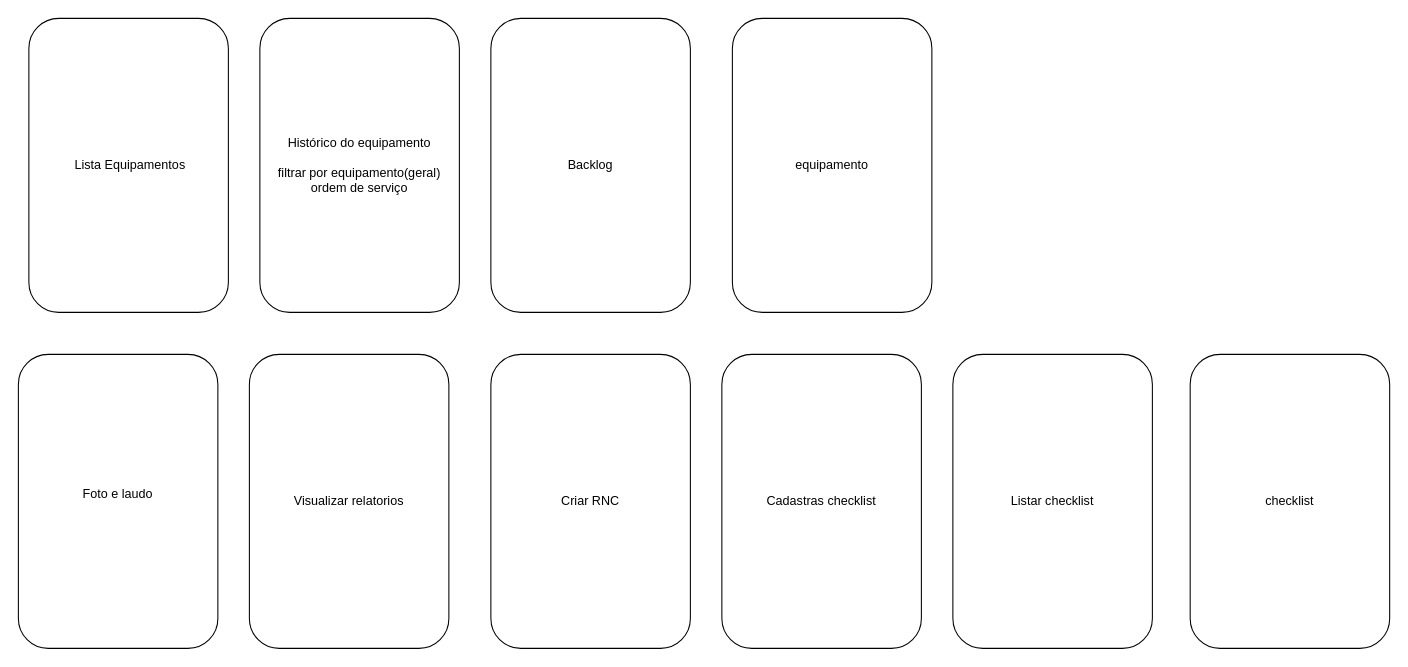
Earlier version of the draw.io diagram page "telas(Inso- receb e checklist)" (2 of 6) of Inspecao.drawio (fpspeixoto/Diagramas). Source tidied: cells renumbered, new cells numbered last; positions are measured from the earlier drawing's top-left corner, leaving out a move shared by most shapes. Both pictures are drawn from the tidied source at 105%, with x=0, y=0 at pixel (18, 18).
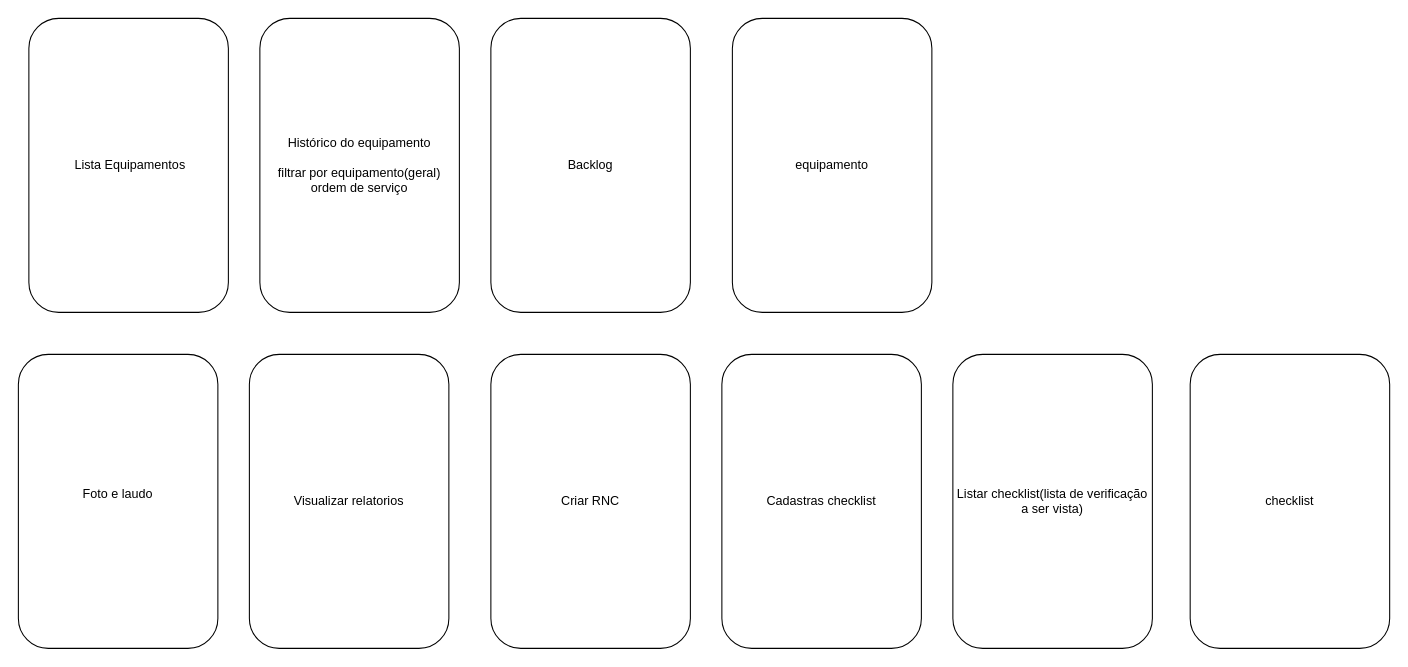
The same diagram, later.

The edit, as a diff of the source:
```diff
@@
 <mxGraphModel>
   <root>
     <mxCell id="0" />
     <mxCell id="1" parent="0" />
     <mxCell id="2" value="&amp;nbsp;Lista Equipamentos" style="rounded=1;whiteSpace=wrap;html=1;" parent="1" vertex="1">
       <mxGeometry x="10" width="190" height="280" as="geometry" />
     </mxCell>
     <mxCell id="3" value="equipamento" style="rounded=1;whiteSpace=wrap;html=1;" parent="1" vertex="1">
       <mxGeometry x="680" width="190" height="280" as="geometry" />
     </mxCell>
     <mxCell id="4" value="Foto e laudo&lt;div&gt;&lt;br&gt;&lt;/div&gt;" style="rounded=1;whiteSpace=wrap;html=1;" parent="1" vertex="1">
       <mxGeometry y="320" width="190" height="280" as="geometry" />
     </mxCell>
     <mxCell id="5" value="&lt;div&gt;Visualizar relatorios&lt;/div&gt;" style="rounded=1;whiteSpace=wrap;html=1;" parent="1" vertex="1">
       <mxGeometry x="220" y="320" width="190" height="280" as="geometry" />
     </mxCell>
     <mxCell id="6" value="Histórico do equipamento&lt;div&gt;&lt;br&gt;&lt;/div&gt;&lt;div&gt;filtrar por equipamento(geral)&lt;/div&gt;&lt;div&gt;ordem de serviço&lt;/div&gt;" style="rounded=1;whiteSpace=wrap;html=1;" parent="1" vertex="1">
       <mxGeometry x="230" width="190" height="280" as="geometry" />
     </mxCell>
     <mxCell id="7" value="&lt;div&gt;Criar RNC&lt;/div&gt;" style="rounded=1;whiteSpace=wrap;html=1;" parent="1" vertex="1">
       <mxGeometry x="450" y="320" width="190" height="280" as="geometry" />
     </mxCell>
     <mxCell id="8" value="Backlog" style="rounded=1;whiteSpace=wrap;html=1;" parent="1" vertex="1">
       <mxGeometry x="450" width="190" height="280" as="geometry" />
     </mxCell>
     <mxCell id="9" value="&lt;div&gt;Cadastras checklist&lt;/div&gt;" style="rounded=1;whiteSpace=wrap;html=1;" parent="1" vertex="1">
       <mxGeometry x="670" y="320" width="190" height="280" as="geometry" />
     </mxCell>
-    <mxCell id="10" value="&lt;div&gt;Listar checklist&lt;/div&gt;" style="rounded=1;whiteSpace=wrap;html=1;" parent="1" vertex="1">
+    <mxCell id="10" value="&lt;div&gt;Listar checklist(lista de verificação a ser vista)&lt;/div&gt;" style="rounded=1;whiteSpace=wrap;html=1;" parent="1" vertex="1">
       <mxGeometry x="890" y="320" width="190" height="280" as="geometry" />
     </mxCell>
     <mxCell id="11" value="&lt;div&gt;checklist&lt;/div&gt;" style="rounded=1;whiteSpace=wrap;html=1;" parent="1" vertex="1">
       <mxGeometry x="1116" y="320" width="190" height="280" as="geometry" />
     </mxCell>
   </root>
 </mxGraphModel>
```
